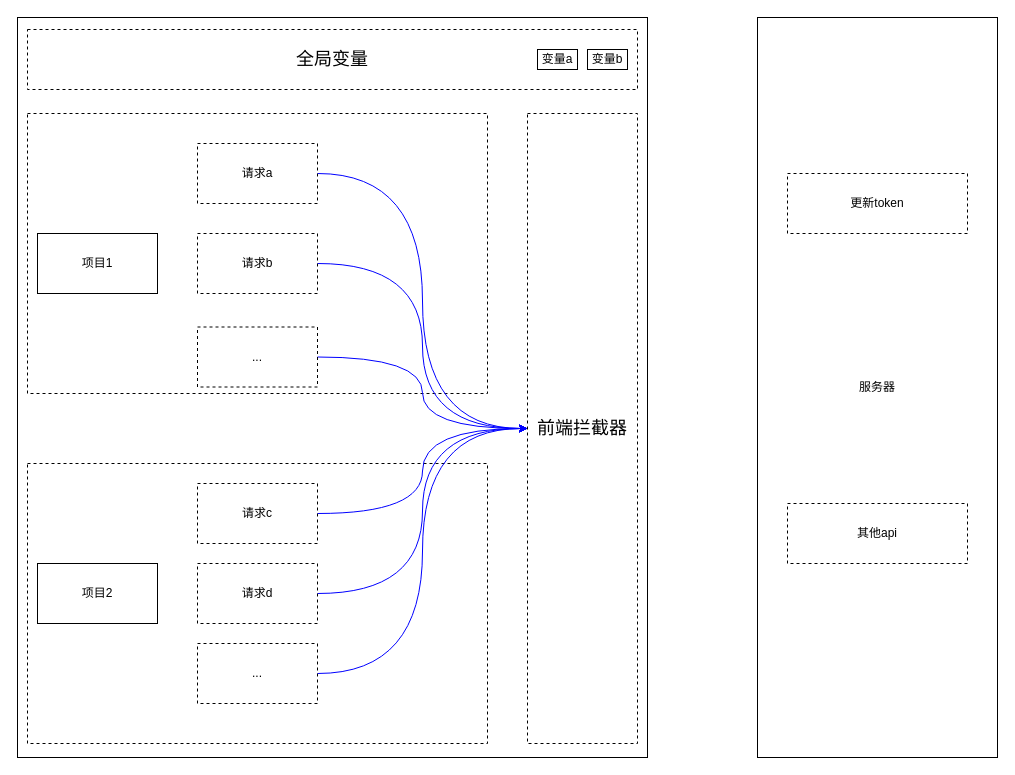
This is Untitled Diagram.drawio from jsoncode/javascriptFuction, a draw.io file, before an edit. Source tidied: cells renumbered, new cells numbered last; positions are measured from the earlier drawing's top-left corner, leaving out a move shared by most shapes. Both pictures are drawn from the tidied source at 100%, with x=0, y=0 at pixel (17, 17).
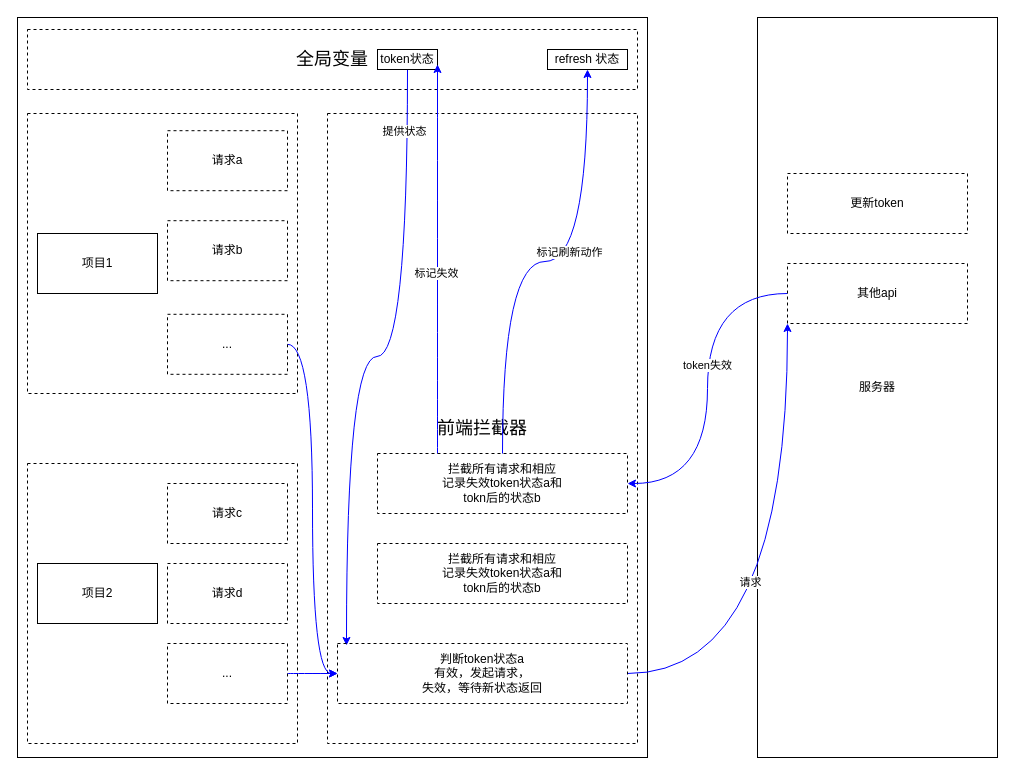
The same diagram, later.

Diff of the diagram source:
```diff
@@
     <mxCell id="5" value="&lt;font style=&quot;font-size: 18px&quot;&gt;前端拦截器&lt;/font&gt;" style="rounded=0;whiteSpace=wrap;html=1;sketch=0;fillColor=none;dashed=1;" parent="1" vertex="1">
-      <mxGeometry x="510" y="96" width="110" height="630" as="geometry" />
+      <mxGeometry x="310" y="96" width="310" height="630" as="geometry" />
     </mxCell>
     <mxCell id="6" style="rounded=0;whiteSpace=wrap;html=1;sketch=0;fillColor=none;dashed=1;" parent="1" vertex="1">
-      <mxGeometry x="10" y="96" width="460" height="280" as="geometry" />
+      <mxGeometry x="10" y="96" width="270" height="280" as="geometry" />
     </mxCell>
-    <mxCell id="7" style="edgeStyle=orthogonalEdgeStyle;sketch=0;jettySize=auto;html=1;strokeColor=#0000FF;curved=1;" parent="1" edge="1" source="8" target="5">
-      <mxGeometry relative="1" as="geometry" />
-    </mxCell>
     <mxCell id="8" value="请求a" style="rounded=0;whiteSpace=wrap;html=1;dashed=1;sketch=0;fillColor=none;" parent="1" vertex="1">
-      <mxGeometry x="180" y="126" width="120" height="60" as="geometry" />
+      <mxGeometry x="150" y="113.2" width="120" height="60" as="geometry" />
     </mxCell>
-    <mxCell id="9" style="edgeStyle=orthogonalEdgeStyle;sketch=0;jettySize=auto;html=1;strokeColor=#0000FF;curved=1;" parent="1" edge="1" source="10" target="5">
-      <mxGeometry relative="1" as="geometry" />
-    </mxCell>
     <mxCell id="10" value="请求b" style="rounded=0;whiteSpace=wrap;html=1;dashed=1;sketch=0;fillColor=none;" parent="1" vertex="1">
-      <mxGeometry x="180" y="216" width="120" height="60" as="geometry" />
+      <mxGeometry x="150" y="203.2" width="120" height="60" as="geometry" />
     </mxCell>
-    <mxCell id="11" style="edgeStyle=orthogonalEdgeStyle;sketch=0;jettySize=auto;html=1;entryX=0;entryY=0.5;entryDx=0;entryDy=0;strokeColor=#0000FF;curved=1;" parent="1" edge="1" source="12" target="5">
-      <mxGeometry relative="1" as="geometry" />
-    </mxCell>
+    <mxCell id="26" style="edgeStyle=orthogonalEdgeStyle;curved=1;sketch=0;jettySize=auto;html=1;entryX=0;entryY=0.5;entryDx=0;entryDy=0;strokeColor=#0000FF;" parent="1" edge="1" source="12" target="34">
+      <mxGeometry relative="1" as="geometry" />
+    </mxCell>
     <mxCell id="12" value="..." style="rounded=0;whiteSpace=wrap;html=1;dashed=1;sketch=0;fillColor=none;" parent="1" vertex="1">
-      <mxGeometry x="180" y="309.5" width="120" height="60" as="geometry" />
+      <mxGeometry x="150" y="296.8" width="120" height="60" as="geometry" />
     </mxCell>
+    <mxCell id="27" style="edgeStyle=orthogonalEdgeStyle;curved=1;sketch=0;jettySize=auto;html=1;entryX=0.031;entryY=0.033;entryDx=0;entryDy=0;entryPerimeter=0;strokeColor=#0000FF;" parent="1" edge="1" source="13" target="34">
+      <mxGeometry relative="1" as="geometry" />
+    </mxCell>
+    <mxCell id="28" value="提供状态" style="edgeLabel;html=1;align=center;verticalAlign=middle;" parent="27" vertex="1">
+      <mxGeometry x="-0.81" y="-4" relative="1" as="geometry" />
+    </mxCell>
-    <mxCell id="13" value="变量a" style="rounded=0;whiteSpace=wrap;html=1;sketch=0;fillColor=none;" parent="1" vertex="1">
-      <mxGeometry x="520" y="32" width="40" height="20" as="geometry" />
+    <mxCell id="13" value="token状态" style="rounded=0;whiteSpace=wrap;html=1;sketch=0;fillColor=none;" parent="1" vertex="1">
+      <mxGeometry x="360" y="32" width="60" height="20" as="geometry" />
     </mxCell>
-    <mxCell id="14" value="变量b" style="rounded=0;whiteSpace=wrap;html=1;sketch=0;fillColor=none;" parent="1" vertex="1">
-      <mxGeometry x="570" y="32" width="40" height="20" as="geometry" />
+    <mxCell id="14" value="refresh 状态" style="rounded=0;whiteSpace=wrap;html=1;sketch=0;fillColor=none;" parent="1" vertex="1">
+      <mxGeometry x="530" y="32" width="80" height="20" as="geometry" />
     </mxCell>
     <mxCell id="15" style="rounded=0;whiteSpace=wrap;html=1;sketch=0;fillColor=none;dashed=1;" parent="1" vertex="1">
-      <mxGeometry x="10" y="446" width="460" height="280" as="geometry" />
+      <mxGeometry x="10" y="446" width="270" height="280" as="geometry" />
     </mxCell>
-    <mxCell id="16" style="edgeStyle=orthogonalEdgeStyle;sketch=0;jettySize=auto;html=1;entryX=0;entryY=0.5;entryDx=0;entryDy=0;strokeColor=#0000FF;curved=1;" parent="1" edge="1" source="17" target="5">
-      <mxGeometry relative="1" as="geometry" />
-    </mxCell>
     <mxCell id="17" value="请求c" style="rounded=0;whiteSpace=wrap;html=1;dashed=1;sketch=0;fillColor=none;" parent="1" vertex="1">
-      <mxGeometry x="180" y="466" width="120" height="60" as="geometry" />
+      <mxGeometry x="150" y="466" width="120" height="60" as="geometry" />
     </mxCell>
-    <mxCell id="18" style="edgeStyle=orthogonalEdgeStyle;sketch=0;jettySize=auto;html=1;entryX=0;entryY=0.5;entryDx=0;entryDy=0;curved=1;strokeColor=#0000FF;" parent="1" edge="1" source="19" target="5">
-      <mxGeometry relative="1" as="geometry" />
-    </mxCell>
     <mxCell id="19" value="请求d" style="rounded=0;whiteSpace=wrap;html=1;dashed=1;sketch=0;fillColor=none;" parent="1" vertex="1">
-      <mxGeometry x="180" y="546" width="120" height="60" as="geometry" />
+      <mxGeometry x="150" y="546" width="120" height="60" as="geometry" />
     </mxCell>
-    <mxCell id="20" style="edgeStyle=orthogonalEdgeStyle;sketch=0;jettySize=auto;html=1;entryX=0;entryY=0.5;entryDx=0;entryDy=0;strokeColor=#0000FF;curved=1;" parent="1" edge="1" source="21" target="5">
-      <mxGeometry relative="1" as="geometry" />
-    </mxCell>
+    <mxCell id="29" style="edgeStyle=orthogonalEdgeStyle;curved=1;sketch=0;jettySize=auto;html=1;entryX=0;entryY=0.5;entryDx=0;entryDy=0;strokeColor=#0000FF;" parent="1" edge="1" source="21" target="34">
+      <mxGeometry relative="1" as="geometry" />
+    </mxCell>
     <mxCell id="21" value="..." style="rounded=0;whiteSpace=wrap;html=1;dashed=1;sketch=0;fillColor=none;" parent="1" vertex="1">
-      <mxGeometry x="180" y="626" width="120" height="60" as="geometry" />
+      <mxGeometry x="150" y="626" width="120" height="60" as="geometry" />
     </mxCell>
@@
+    <mxCell id="30" style="edgeStyle=orthogonalEdgeStyle;curved=1;sketch=0;jettySize=auto;html=1;entryX=1;entryY=0.5;entryDx=0;entryDy=0;strokeColor=#0000FF;" parent="1" edge="1" source="25" target="39">
+      <mxGeometry relative="1" as="geometry" />
+    </mxCell>
+    <mxCell id="31" value="token失效" style="edgeLabel;html=1;align=center;verticalAlign=middle;" parent="30" vertex="1">
+      <mxGeometry x="-0.14" y="-1" relative="1" as="geometry" />
+    </mxCell>
     <mxCell id="25" value="其他api" style="rounded=0;whiteSpace=wrap;html=1;dashed=1;sketch=0;fillColor=none;" parent="1" vertex="1">
-      <mxGeometry x="770" y="486" width="180" height="60" as="geometry" />
+      <mxGeometry x="770" y="246" width="180" height="60" as="geometry" />
     </mxCell>
+    <mxCell id="32" style="edgeStyle=orthogonalEdgeStyle;curved=1;sketch=0;jettySize=auto;html=1;entryX=0;entryY=1;entryDx=0;entryDy=0;strokeColor=#0000FF;" parent="1" edge="1" source="34" target="25">
+      <mxGeometry relative="1" as="geometry" />
+    </mxCell>
+    <mxCell id="33" value="请求" style="edgeLabel;html=1;align=center;verticalAlign=middle;" parent="32" vertex="1">
+      <mxGeometry x="-0.01" y="38" relative="1" as="geometry" />
+    </mxCell>
+    <mxCell id="34" value="判断token状态a&lt;br&gt;有效，发起请求，&lt;br&gt;失效，等待新状态返回" style="rounded=0;whiteSpace=wrap;html=1;dashed=1;sketch=0;fillColor=none;" parent="1" vertex="1">
+      <mxGeometry x="320" y="626" width="290" height="60" as="geometry" />
+    </mxCell>
+    <mxCell id="35" style="edgeStyle=orthogonalEdgeStyle;curved=1;sketch=0;jettySize=auto;html=1;entryX=1;entryY=0.75;entryDx=0;entryDy=0;strokeColor=#0000FF;" parent="1" edge="1" source="39" target="13">
+      <mxGeometry relative="1" as="geometry">
+        <Array as="points">
+          <mxPoint x="420" y="47" />
+        </Array>
+      </mxGeometry>
+    </mxCell>
+    <mxCell id="36" value="标记失效" style="edgeLabel;html=1;align=center;verticalAlign=middle;" parent="35" vertex="1">
+      <mxGeometry x="-0.07" y="2" relative="1" as="geometry" />
+    </mxCell>
+    <mxCell id="37" style="edgeStyle=orthogonalEdgeStyle;curved=1;sketch=0;jettySize=auto;html=1;entryX=0.5;entryY=1;entryDx=0;entryDy=0;strokeColor=#0000FF;" parent="1" edge="1" source="39" target="14">
+      <mxGeometry relative="1" as="geometry" />
+    </mxCell>
+    <mxCell id="38" value="标记刷新动作" style="edgeLabel;html=1;align=center;verticalAlign=middle;" parent="37" vertex="1">
+      <mxGeometry x="0.1" y="10" relative="1" as="geometry" />
+    </mxCell>
+    <mxCell id="39" value="&lt;span&gt;拦截所有请求和相应&lt;/span&gt;&lt;br&gt;&lt;span&gt;记录失效token状态a和&lt;/span&gt;&lt;br&gt;&lt;span&gt;tokn后的状态b&lt;/span&gt;" style="rounded=0;whiteSpace=wrap;html=1;dashed=1;sketch=0;fillColor=none;" parent="1" vertex="1">
+      <mxGeometry x="360" y="436" width="250" height="60" as="geometry" />
+    </mxCell>
+    <mxCell id="40" value="&lt;span&gt;拦截所有请求和相应&lt;/span&gt;&lt;br&gt;&lt;span&gt;记录失效token状态a和&lt;/span&gt;&lt;br&gt;&lt;span&gt;tokn后的状态b&lt;/span&gt;" style="rounded=0;whiteSpace=wrap;html=1;dashed=1;sketch=0;fillColor=none;" parent="1" vertex="1">
+      <mxGeometry x="360" y="526" width="250" height="60" as="geometry" />
+    </mxCell>
```
